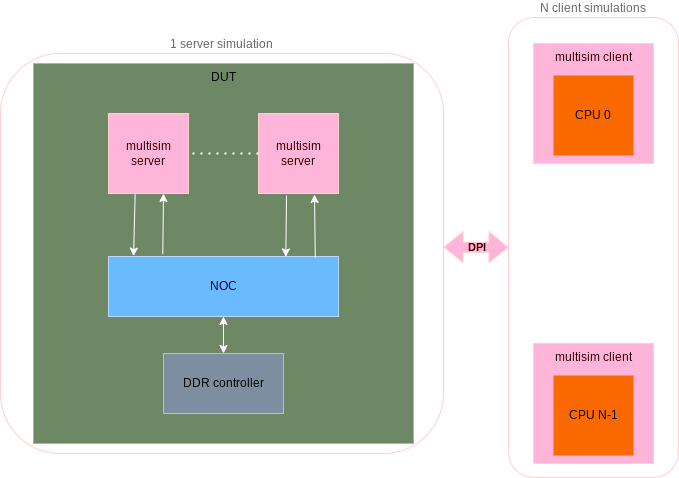
This is .assets/multisim_multi.drawio.png from antoinemadec/multisim, a draw.io export, as it was before one commit. Source tidied: cells renumbered, new cells last; positions are measured from the earlier drawing's top-left corner, leaving out a move shared by most shapes.
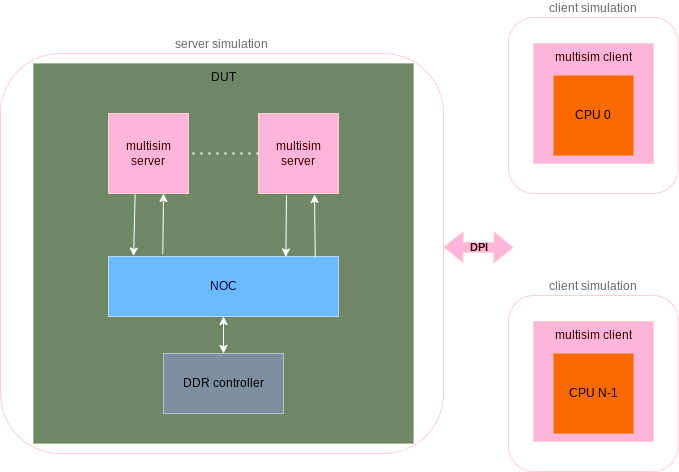
Above is the later version.

Commit message:
chore(doc): make diagram transparent (2)

The edit, as a diff of the source:
```diff
@@ -2,11 +2,11 @@
   <root>
     <mxCell id="0" />
     <mxCell id="1" parent="0" />
-    <mxCell id="2" value="1 server simulation" style="rounded=1;whiteSpace=wrap;html=1;fillColor=none;labelPosition=center;verticalLabelPosition=top;align=center;verticalAlign=bottom;strokeColor=#6F0000;fontColor=#999999;" parent="1" vertex="1">
+    <mxCell id="2" value="server simulation" style="rounded=1;whiteSpace=wrap;html=1;fillColor=none;labelPosition=center;verticalLabelPosition=top;align=center;verticalAlign=bottom;strokeColor=#6F0000;fontColor=#999999;" parent="1" vertex="1">
       <mxGeometry y="36" width="443" height="400" as="geometry" />
     </mxCell>
-    <mxCell id="3" value="N client simulations" style="rounded=1;whiteSpace=wrap;html=1;fillColor=none;labelPosition=center;verticalLabelPosition=top;align=center;verticalAlign=bottom;fontColor=#999999;strokeColor=#6F0000;" parent="1" vertex="1">
-      <mxGeometry x="508" width="170" height="460" as="geometry" />
+    <mxCell id="3" value="client simulation" style="rounded=1;whiteSpace=wrap;html=1;fillColor=none;labelPosition=center;verticalLabelPosition=top;align=center;verticalAlign=bottom;fontColor=#999999;strokeColor=#6F0000;" parent="1" vertex="1">
+      <mxGeometry x="508" width="170" height="176" as="geometry" />
     </mxCell>
     <mxCell id="4" value="&lt;div&gt;&lt;span style=&quot;background-color: initial;&quot;&gt;multisim client&lt;/span&gt;&lt;br&gt;&lt;/div&gt;" style="whiteSpace=wrap;html=1;fillColor=#a20025;fontColor=#FFFFFF;strokeColor=#6F0000;labelPosition=center;verticalLabelPosition=middle;align=center;verticalAlign=top;" parent="1" vertex="1">
       <mxGeometry x="533" y="26" width="120" height="120" as="geometry" />
@@ -53,22 +53,25 @@
     <mxCell id="16" value="CPU 0" style="whiteSpace=wrap;html=1;fillColor=#fa6800;fontColor=#FFFFFF;strokeColor=#C73500;" parent="1" vertex="1">
       <mxGeometry x="553" y="58" width="80" height="80" as="geometry" />
     </mxCell>
-    <mxCell id="17" style="endArrow=none;dashed=1;html=1;dashPattern=1 3;strokeWidth=2;rounded=0;" parent="1" edge="1">
+    <mxCell id="17" style="endArrow=none;dashed=1;html=1;dashPattern=1 3;strokeWidth=2;rounded=0;exitX=0.5;exitY=0;exitDx=0;exitDy=0;" parent="1" edge="1" source="21">
       <mxGeometry relative="1" as="geometry">
-        <mxPoint x="593" y="326" as="sourcePoint" />
-        <mxPoint x="593" y="146" as="targetPoint" />
+        <mxPoint x="593" y="176" as="targetPoint" />
       </mxGeometry>
     </mxCell>
-    <mxCell id="18" value="DPI" style="shape=flexArrow;endArrow=classic;startArrow=classic;html=1;rounded=0;fillColor=#a20025;strokeColor=#6F0000;labelBackgroundColor=none;labelBorderColor=none;textShadow=0;fontStyle=1;fontColor=#FFFFFF;" parent="1" edge="1" target="3">
+    <mxCell id="18" value="DPI" style="shape=flexArrow;endArrow=classic;startArrow=classic;html=1;rounded=0;fillColor=#a20025;strokeColor=#6F0000;labelBackgroundColor=none;labelBorderColor=none;textShadow=0;fontStyle=1;fontColor=#FFFFFF;" parent="1" edge="1">
       <mxGeometry relative="1" as="geometry">
         <mxPoint x="443" y="229.6" as="sourcePoint" />
+        <mxPoint x="513" y="230" as="targetPoint" />
       </mxGeometry>
     </mxCell>
+    <mxCell id="21" value="client simulation" style="rounded=1;whiteSpace=wrap;html=1;fillColor=none;labelPosition=center;verticalLabelPosition=top;align=center;verticalAlign=bottom;fontColor=#999999;strokeColor=#6F0000;" parent="1" vertex="1">
+      <mxGeometry x="508" y="278" width="170" height="176" as="geometry" />
+    </mxCell>
     <mxCell id="19" value="&lt;div&gt;&lt;span style=&quot;background-color: initial;&quot;&gt;multisim client&lt;/span&gt;&lt;br&gt;&lt;/div&gt;" style="whiteSpace=wrap;html=1;fillColor=#a20025;fontColor=#FFFFFF;strokeColor=#6F0000;labelPosition=center;verticalLabelPosition=middle;align=center;verticalAlign=top;" parent="1" vertex="1">
-      <mxGeometry x="533" y="326" width="120" height="120" as="geometry" />
+      <mxGeometry x="533" y="304" width="120" height="120" as="geometry" />
     </mxCell>
     <mxCell id="20" value="CPU N-1" style="whiteSpace=wrap;html=1;fillColor=#fa6800;fontColor=#FFFFFF;strokeColor=#C73500;" parent="1" vertex="1">
-      <mxGeometry x="553" y="358" width="80" height="80" as="geometry" />
+      <mxGeometry x="553" y="336" width="80" height="80" as="geometry" />
     </mxCell>
   </root>
 </mxGraphModel>
```
